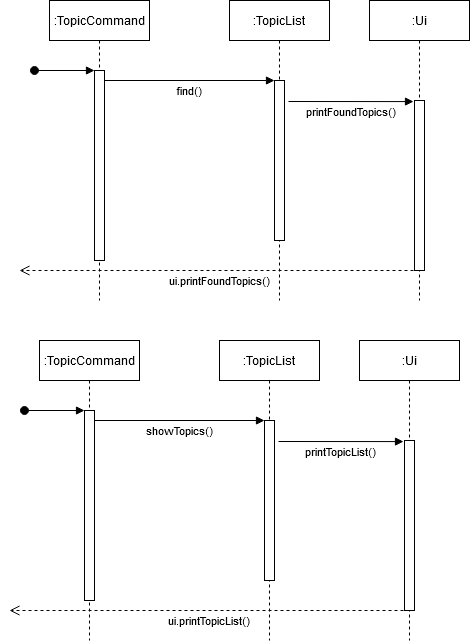
The draw.io diagram docs/images/TopicListSampleSequence.png in nus-cs2113-AY2021S1/tp, before a commit. Source tidied: cells renumbered, new cells last; positions are measured from the earlier drawing's top-left corner, leaving out a move shared by most shapes.
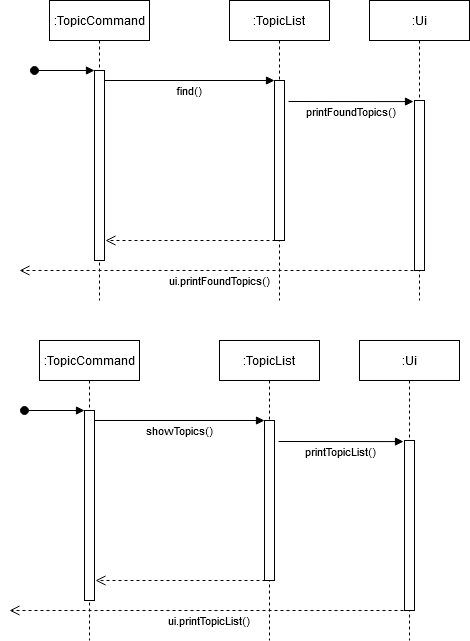
The same file after the commit.

Commit message:
Settled merge errors, made amendments for the diagrams

Diff of the diagram source:
```diff
@@ -80,5 +80,17 @@
         <mxPoint y="610" as="targetPoint" />
       </mxGeometry>
     </mxCell>
+    <mxCell id="22" style="verticalAlign=bottom;endArrow=open;dashed=1;endSize=8;shadow=0;strokeWidth=1;" parent="1" edge="1">
+      <mxGeometry y="20" relative="1" as="geometry">
+        <mxPoint x="266" y="240" as="sourcePoint" />
+        <mxPoint x="96" y="240" as="targetPoint" />
+      </mxGeometry>
+    </mxCell>
+    <mxCell id="23" style="verticalAlign=bottom;endArrow=open;dashed=1;endSize=8;shadow=0;strokeWidth=1;" parent="1" edge="1">
+      <mxGeometry y="20" relative="1" as="geometry">
+        <mxPoint x="256" y="580" as="sourcePoint" />
+        <mxPoint x="86" y="580" as="targetPoint" />
+      </mxGeometry>
+    </mxCell>
   </root>
 </mxGraphModel>
```
